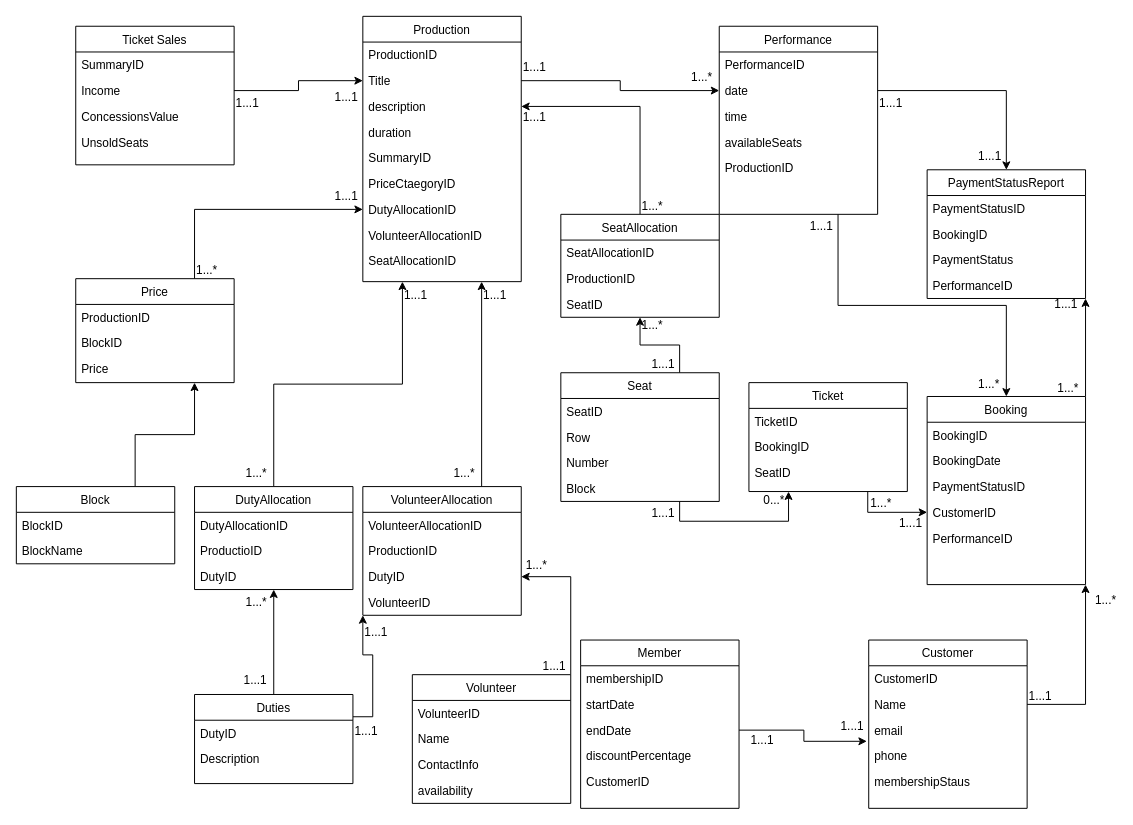
iamheetp/ecomstore keeps this draw.io diagram as Untitled Diagram.drawio. Above is the earlier version. Source tidied: cells renumbered, new cells numbered last; positions are measured from the earlier drawing's top-left corner, leaving out a move shared by most shapes. Both pictures are drawn from the tidied source at 99%, with x=0, y=0 at pixel (16, 16).
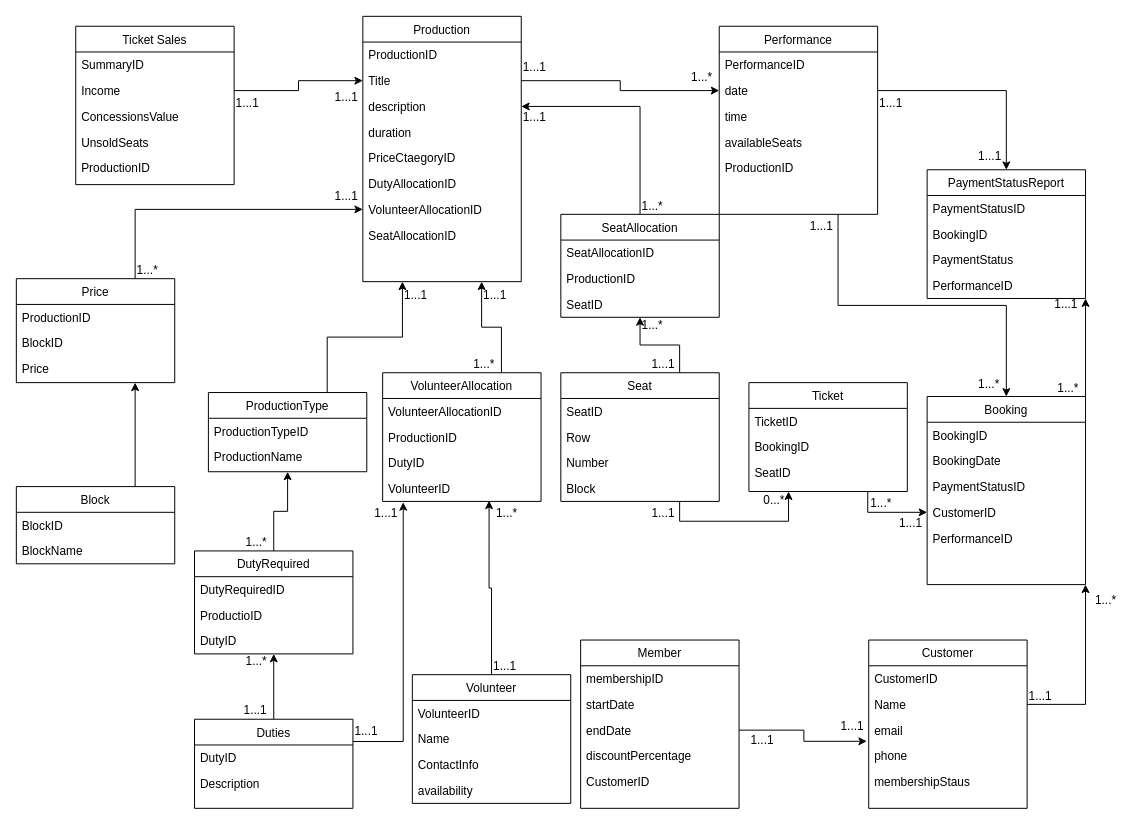
The same page after the edit.

The change refers to these unchanged cells:
```xml
<mxCell id="10" value="Volunteer" style="swimlane;fontStyle=0;align=center;verticalAlign=top;horizontal=1;startSize=26;rounded=0;shadow=0;strokeWidth=1;" parent="1" vertex="1">
  <mxGeometry x="400" y="665" width="160" height="130" as="geometry" />
</mxCell>
<mxCell id="22" value="Production" style="swimlane;fontStyle=0;align=center;verticalAlign=top;horizontal=1;startSize=26;rounded=0;shadow=0;strokeWidth=1;" parent="1" vertex="1">
  <mxGeometry x="350" width="160" height="268" as="geometry" />
</mxCell>
<mxCell id="60" value="DutyID" style="text;align=left;verticalAlign=top;spacingLeft=4;spacingRight=4;overflow=hidden;points=[[0,0.5],[1,0.5]];portConstraint=eastwest;rounded=0;shadow=0;html=0;" parent="57" vertex="1">
  <mxGeometry y="78" width="160" height="26" as="geometry" />
</mxCell>
<mxCell id="61" value="VolunteerID" style="text;align=left;verticalAlign=top;spacingLeft=4;spacingRight=4;overflow=hidden;points=[[0,0.5],[1,0.5]];portConstraint=eastwest;rounded=0;shadow=0;html=0;" parent="57" vertex="1">
  <mxGeometry y="104" width="160" height="26" as="geometry" />
</mxCell>
```

Change to the diagram source:
```diff
@@
-    <mxCell id="9" style="edgeStyle=orthogonalEdgeStyle;rounded=0;jettySize=auto;html=1;exitX=1;exitY=0;exitDx=0;exitDy=0;entryX=1;entryY=0.5;entryDx=0;entryDy=0;" parent="1" edge="1" source="10" target="60">
-      <mxGeometry relative="1" as="geometry" />
-    </mxCell>
@@
-    <mxCell id="27" value="SummaryID" style="text;align=left;verticalAlign=top;spacingLeft=4;spacingRight=4;overflow=hidden;rounded=0;shadow=0;html=0;" parent="22" vertex="1">
-      <mxGeometry y="130" width="160" height="26" as="geometry" />
-    </mxCell>
     <mxCell id="28" value="PriceCtaegoryID" style="text;align=left;verticalAlign=top;spacingLeft=4;spacingRight=4;overflow=hidden;rounded=0;shadow=0;html=0;" parent="22" vertex="1">
-      <mxGeometry y="156" width="160" height="26" as="geometry" />
+      <mxGeometry y="130" width="160" height="26" as="geometry" />
     </mxCell>
     <mxCell id="29" value="DutyAllocationID" style="text;align=left;verticalAlign=top;spacingLeft=4;spacingRight=4;overflow=hidden;points=[[0,0.5],[1,0.5]];portConstraint=eastwest;rounded=0;shadow=0;html=0;" parent="22" vertex="1">
-      <mxGeometry y="182" width="160" height="26" as="geometry" />
+      <mxGeometry y="156" width="160" height="26" as="geometry" />
     </mxCell>
     <mxCell id="30" value="VolunteerAllocationID" style="text;align=left;verticalAlign=top;spacingLeft=4;spacingRight=4;overflow=hidden;points=[[0,0.5],[1,0.5]];portConstraint=eastwest;rounded=0;shadow=0;html=0;" parent="22" vertex="1">
-      <mxGeometry y="208" width="160" height="26" as="geometry" />
+      <mxGeometry y="182" width="160" height="26" as="geometry" />
     </mxCell>
     <mxCell id="31" value="SeatAllocationID" style="text;align=left;verticalAlign=top;spacingLeft=4;spacingRight=4;overflow=hidden;rounded=0;shadow=0;html=0;" parent="22" vertex="1">
-      <mxGeometry y="234" width="160" height="26" as="geometry" />
+      <mxGeometry y="208" width="160" height="26" as="geometry" />
     </mxCell>
@@
-    <mxCell id="45" style="edgeStyle=orthogonalEdgeStyle;rounded=0;jettySize=auto;html=1;exitX=1;exitY=0.25;exitDx=0;exitDy=0;entryX=0;entryY=1;entryDx=0;entryDy=0;" parent="1" edge="1" source="46" target="57">
-      <mxGeometry relative="1" as="geometry" />
-    </mxCell>
     <mxCell id="46" value="Duties" style="swimlane;fontStyle=0;align=center;verticalAlign=top;horizontal=1;startSize=26;rounded=0;shadow=0;strokeWidth=1;" parent="1" vertex="1">
-      <mxGeometry x="180" y="685" width="160" height="90" as="geometry" />
+      <mxGeometry x="180" y="710" width="160" height="90" as="geometry" />
     </mxCell>
@@
     <mxCell id="49" value="Ticket Sales" style="swimlane;fontStyle=0;align=center;verticalAlign=top;horizontal=1;startSize=26;rounded=0;shadow=0;strokeWidth=1;" parent="1" vertex="1">
-      <mxGeometry x="60" y="10" width="160" height="140" as="geometry" />
+      <mxGeometry x="60" y="10" width="160" height="160" as="geometry" />
     </mxCell>
@@
+    <mxCell id="135" value="ProductionID" style="text;align=left;verticalAlign=top;spacingLeft=4;spacingRight=4;overflow=hidden;rounded=0;shadow=0;html=0;" parent="49" vertex="1">
+      <mxGeometry y="130" width="160" height="26" as="geometry" />
+    </mxCell>
@@
     <mxCell id="57" value="VolunteerAllocation" style="swimlane;fontStyle=0;align=center;verticalAlign=top;horizontal=1;startSize=26;rounded=0;shadow=0;strokeWidth=1;" parent="1" vertex="1">
-      <mxGeometry x="350" y="475" width="160" height="130" as="geometry" />
+      <mxGeometry x="370" y="360" width="160" height="130" as="geometry" />
     </mxCell>
@@
     <mxCell id="62" value="1...*" style="align=left;verticalAlign=bottom;labelBackgroundColor=none;fontSize=12;" parent="1" vertex="1">
-      <mxGeometry x="440" y="470" as="geometry" />
+      <mxGeometry x="460" y="360" as="geometry" />
     </mxCell>
@@
     <mxCell id="64" value="1...*" style="align=left;verticalAlign=bottom;labelBackgroundColor=none;fontSize=12;" parent="1" vertex="1">
-      <mxGeometry x="490" y="432.5" as="geometry">
+      <mxGeometry x="460" y="380" as="geometry">
         <mxPoint x="23" y="130" as="offset" />
       </mxGeometry>
     </mxCell>
     <mxCell id="65" value="1...1" style="align=left;verticalAlign=bottom;labelBackgroundColor=none;fontSize=12;" parent="1" vertex="1">
-      <mxGeometry x="530" y="665" as="geometry" />
+      <mxGeometry x="480" y="665" as="geometry" />
     </mxCell>
@@
-    <mxCell id="87" style="edgeStyle=orthogonalEdgeStyle;rounded=0;jettySize=auto;html=1;exitX=0.5;exitY=0;exitDx=0;exitDy=0;entryX=0.25;entryY=1;entryDx=0;entryDy=0;" parent="1" edge="1" source="88" target="22">
-      <mxGeometry relative="1" as="geometry" />
-    </mxCell>
+    <mxCell id="136" style="edgeStyle=orthogonalEdgeStyle;rounded=0;jettySize=auto;html=1;exitX=0.5;exitY=0;exitDx=0;exitDy=0;" parent="1" edge="1" source="88" target="140">
+      <mxGeometry relative="1" as="geometry" />
+    </mxCell>
-    <mxCell id="88" value="DutyAllocation" style="swimlane;fontStyle=0;align=center;verticalAlign=top;horizontal=1;startSize=26;rounded=0;shadow=0;strokeWidth=1;" parent="1" vertex="1">
-      <mxGeometry x="180" y="475" width="160" height="104" as="geometry" />
+    <mxCell id="88" value="DutyRequired" style="swimlane;fontStyle=0;align=center;verticalAlign=top;horizontal=1;startSize=26;rounded=0;shadow=0;strokeWidth=1;" parent="1" vertex="1">
+      <mxGeometry x="180" y="540" width="160" height="104" as="geometry" />
     </mxCell>
-    <mxCell id="89" value="DutyAllocationID" style="text;align=left;verticalAlign=top;spacingLeft=4;spacingRight=4;overflow=hidden;" parent="88" vertex="1">
+    <mxCell id="89" value="DutyRequiredID" style="text;align=left;verticalAlign=top;spacingLeft=4;spacingRight=4;overflow=hidden;" parent="88" vertex="1">
       <mxGeometry y="26" width="160" height="26" as="geometry" />
     </mxCell>
@@
     <mxCell id="109" value="1...*" style="align=left;verticalAlign=bottom;labelBackgroundColor=none;fontSize=12;" parent="1" vertex="1">
-      <mxGeometry x="230" y="470" as="geometry" />
+      <mxGeometry x="230" y="540" as="geometry" />
     </mxCell>
     <mxCell id="110" value="1...*" style="align=left;verticalAlign=bottom;labelBackgroundColor=none;fontSize=12;" parent="1" vertex="1">
-      <mxGeometry x="230" y="600" as="geometry" />
+      <mxGeometry x="230" y="660" as="geometry" />
     </mxCell>
@@
     <mxCell id="112" value="1...1" style="align=left;verticalAlign=bottom;labelBackgroundColor=none;fontSize=12;" parent="1" vertex="1">
-      <mxGeometry x="740" y="500" as="geometry">
+      <mxGeometry x="740" y="530" as="geometry">
         <mxPoint x="-512" y="179" as="offset" />
       </mxGeometry>
     </mxCell>
@@
-    <mxCell id="123" style="edgeStyle=orthogonalEdgeStyle;rounded=0;jettySize=auto;html=1;exitX=0.75;exitY=0;exitDx=0;exitDy=0;entryX=0;entryY=0.5;entryDx=0;entryDy=0;" parent="1" edge="1" source="124" target="29">
+    <mxCell id="123" style="edgeStyle=orthogonalEdgeStyle;rounded=0;jettySize=auto;html=1;exitX=0.75;exitY=0;exitDx=0;exitDy=0;entryX=0;entryY=0.5;entryDx=0;entryDy=0;" parent="1" edge="1" source="124" target="30">
       <mxGeometry relative="1" as="geometry" />
     </mxCell>
     <mxCell id="124" value="Price" style="swimlane;fontStyle=0;align=center;verticalAlign=top;horizontal=1;startSize=26;rounded=0;shadow=0;strokeWidth=1;" parent="1" vertex="1">
-      <mxGeometry x="60" y="265" width="160" height="105" as="geometry" />
+      <mxGeometry y="265" width="160" height="105" as="geometry" />
     </mxCell>
@@
     <mxCell id="132" value="1...1" style="align=left;verticalAlign=bottom;labelBackgroundColor=none;fontSize=12;" parent="1" vertex="1">
-      <mxGeometry x="350" y="630" width="160" as="geometry" />
+      <mxGeometry x="360" y="510" width="160" as="geometry" />
     </mxCell>
@@
     <mxCell id="134" value="1...*" style="align=left;verticalAlign=bottom;labelBackgroundColor=none;fontSize=12;" parent="1" vertex="1">
-      <mxGeometry x="180" y="265" as="geometry" />
+      <mxGeometry x="120" y="265" as="geometry" />
     </mxCell>
+    <mxCell id="137" style="edgeStyle=orthogonalEdgeStyle;rounded=0;jettySize=auto;html=1;exitX=1;exitY=0.25;exitDx=0;exitDy=0;entryX=0.13;entryY=1.034;entryDx=0;entryDy=0;entryPerimeter=0;" parent="1" edge="1" source="46" target="61">
+      <mxGeometry relative="1" as="geometry" />
+    </mxCell>
+    <mxCell id="138" style="edgeStyle=orthogonalEdgeStyle;rounded=0;jettySize=auto;html=1;exitX=0.5;exitY=0;exitDx=0;exitDy=0;entryX=0.672;entryY=0.97;entryDx=0;entryDy=0;entryPerimeter=0;" parent="1" edge="1" source="10" target="61">
+      <mxGeometry relative="1" as="geometry" />
+    </mxCell>
+    <mxCell id="139" style="edgeStyle=orthogonalEdgeStyle;rounded=0;jettySize=auto;html=1;exitX=0.75;exitY=0;exitDx=0;exitDy=0;entryX=0.25;entryY=1;entryDx=0;entryDy=0;" parent="1" edge="1" source="140" target="22">
+      <mxGeometry relative="1" as="geometry" />
+    </mxCell>
+    <mxCell id="140" value="ProductionType" style="swimlane;fontStyle=0;align=center;verticalAlign=top;horizontal=1;startSize=26;rounded=0;shadow=0;strokeWidth=1;" parent="1" vertex="1">
+      <mxGeometry x="194" y="380" width="160" height="80" as="geometry" />
+    </mxCell>
+    <mxCell id="141" value="ProductionTypeID" style="text;align=left;verticalAlign=top;spacingLeft=4;spacingRight=4;overflow=hidden;" parent="140" vertex="1">
+      <mxGeometry y="26" width="160" height="26" as="geometry" />
+    </mxCell>
+    <mxCell id="142" value="ProductionName" style="text;align=left;verticalAlign=top;spacingLeft=4;spacingRight=4;overflow=hidden;rounded=0;shadow=0;html=0;" parent="140" vertex="1">
+      <mxGeometry y="52" width="160" height="26" as="geometry" />
+    </mxCell>
```
